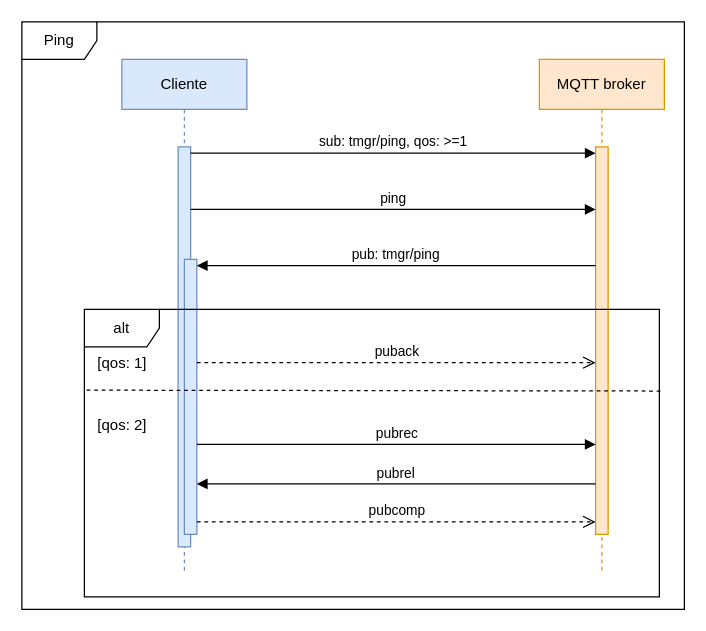
Above: docs/diagramas/secuencia/secuencia-ping.drawio in diegojrl/TFG (draw.io), before the change. Source tidied: cells renumbered, new cells numbered last; positions are measured from the earlier drawing's top-left corner, leaving out a move shared by most shapes. Both pictures are drawn from the tidied source at 125%, with x=0, y=0 at pixel (21, 21).
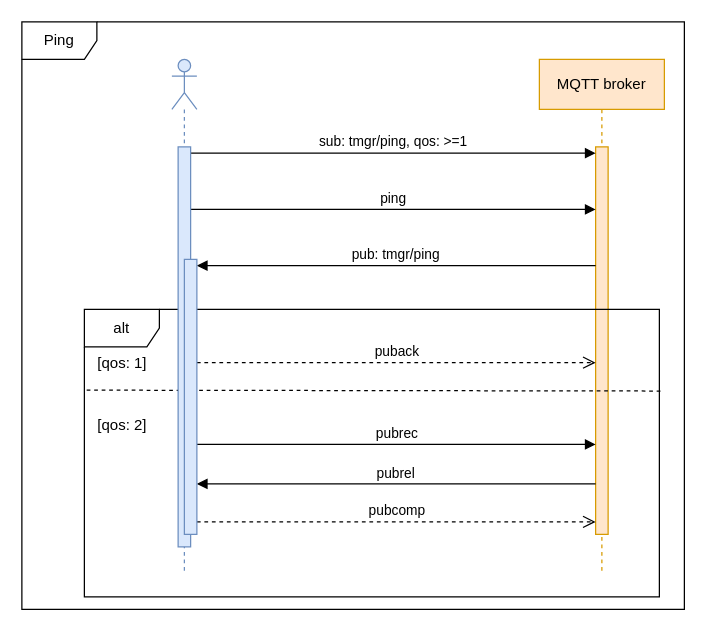
The same diagram, later.

The change refers to these unchanged cells:
```xml
<mxCell id="6" style="html=1;points=[[0,0,0,0,5],[0,1,0,0,-5],[1,0,0,0,5],[1,1,0,0,-5]];perimeter=orthogonalPerimeter;outlineConnect=0;targetShapes=umlLifeline;portConstraint=eastwest;newEdgeStyle={&quot;curved&quot;:0,&quot;rounded&quot;:0};fillColor=#ffe6cc;strokeColor=#d79b00;" parent="5" vertex="1">
  <mxGeometry x="45" y="70" width="10" height="310" as="geometry" />
</mxCell>
```

What changed in the source:
```diff
@@
-    <mxCell id="2" value="Cliente" style="shape=umlLifeline;perimeter=lifelinePerimeter;whiteSpace=wrap;html=1;newEdgeStyle={&quot;curved&quot;:0,&quot;rounded&quot;:0};fillColor=#dae8fc;strokeColor=#6c8ebf;" parent="1" vertex="1">
-      <mxGeometry x="80" y="30" width="100" height="410" as="geometry" />
-    </mxCell>
-    <mxCell id="3" style="html=1;points=[[0,0,0,0,5],[0,1,0,0,-5],[1,0,0,0,5],[1,1,0,0,-5]];perimeter=orthogonalPerimeter;outlineConnect=0;targetShapes=umlLifeline;portConstraint=eastwest;newEdgeStyle={&quot;curved&quot;:0,&quot;rounded&quot;:0};fillColor=#dae8fc;strokeColor=#6c8ebf;" parent="2" vertex="1">
-      <mxGeometry x="45" y="70" width="10" height="320" as="geometry" />
-    </mxCell>
-    <mxCell id="4" style="html=1;points=[[0,0,0,0,5],[0,1,0,0,-5],[1,0,0,0,5],[1,1,0,0,-5]];perimeter=orthogonalPerimeter;outlineConnect=0;targetShapes=umlLifeline;portConstraint=eastwest;newEdgeStyle={&quot;curved&quot;:0,&quot;rounded&quot;:0};fillColor=#dae8fc;strokeColor=#6c8ebf;" parent="2" vertex="1">
-      <mxGeometry x="50" y="160" width="10" height="220" as="geometry" />
-    </mxCell>
@@
-    <mxCell id="8" value="ping" style="html=1;verticalAlign=bottom;endArrow=block;curved=0;rounded=0;" parent="1" edge="1">
+    <mxCell id="8" value="ping" style="html=1;verticalAlign=bottom;endArrow=block;curved=0;rounded=0;" parent="1" edge="1" source="3">
       <mxGeometry relative="1" as="geometry">
-        <mxPoint x="135" y="150" as="sourcePoint" />
         <mxPoint x="459" y="150" as="targetPoint" />
       </mxGeometry>
     </mxCell>
@@
-    <mxCell id="10" value="puback" style="html=1;verticalAlign=bottom;endArrow=open;dashed=1;endSize=8;curved=0;rounded=0;exitX=1;exitY=1;exitDx=0;exitDy=-5;" parent="1" edge="1">
+    <mxCell id="10" value="puback" style="html=1;verticalAlign=bottom;endArrow=open;dashed=1;endSize=8;curved=0;rounded=0;exitX=1;exitY=1;exitDx=0;exitDy=-5;" parent="1" edge="1" target="6">
       <mxGeometry relative="1" as="geometry">
         <mxPoint x="140" y="272.6" as="sourcePoint" />
-        <mxPoint x="459" y="272.6" as="targetPoint" />
       </mxGeometry>
     </mxCell>
@@
-    <mxCell id="15" value="pubrec" style="html=1;verticalAlign=bottom;endArrow=block;curved=0;rounded=0;exitX=1;exitY=0.727;exitDx=0;exitDy=0;exitPerimeter=0;" parent="1" edge="1">
+    <mxCell id="15" value="pubrec" style="html=1;verticalAlign=bottom;endArrow=block;curved=0;rounded=0;exitX=1;exitY=0.727;exitDx=0;exitDy=0;exitPerimeter=0;" parent="1" edge="1" target="6">
       <mxGeometry relative="1" as="geometry">
         <mxPoint x="140" y="338" as="sourcePoint" />
-        <mxPoint x="459" y="338" as="targetPoint" />
       </mxGeometry>
     </mxCell>
-    <mxCell id="16" value="pubrel" style="html=1;verticalAlign=bottom;endArrow=block;curved=0;rounded=0;" parent="1" edge="1">
+    <mxCell id="16" value="pubrel" style="html=1;verticalAlign=bottom;endArrow=block;curved=0;rounded=0;" parent="1" edge="1" target="4">
       <mxGeometry relative="1" as="geometry">
         <mxPoint x="459" y="369.6" as="sourcePoint" />
-        <mxPoint x="140" y="369.6" as="targetPoint" />
       </mxGeometry>
     </mxCell>
-    <mxCell id="17" value="pubcomp" style="html=1;verticalAlign=bottom;endArrow=open;dashed=1;endSize=8;curved=0;rounded=0;exitX=1;exitY=1;exitDx=0;exitDy=-5;" parent="1" edge="1">
+    <mxCell id="17" value="pubcomp" style="html=1;verticalAlign=bottom;endArrow=open;dashed=1;endSize=8;curved=0;rounded=0;" parent="1" edge="1" source="4">
       <mxGeometry relative="1" as="geometry">
-        <mxPoint x="140" y="400" as="sourcePoint" />
         <mxPoint x="459" y="400" as="targetPoint" />
       </mxGeometry>
     </mxCell>
@@
+    <mxCell id="19" style="shape=umlLifeline;perimeter=lifelinePerimeter;whiteSpace=wrap;html=1;newEdgeStyle={&quot;curved&quot;:0,&quot;rounded&quot;:0};participant=umlActor;fillColor=#dae8fc;strokeColor=#6c8ebf;" parent="1" vertex="1">
+      <mxGeometry x="120" y="30" width="20" height="410" as="geometry" />
+    </mxCell>
+    <mxCell id="3" style="html=1;points=[[0,0,0,0,5],[0,1,0,0,-5],[1,0,0,0,5],[1,1,0,0,-5]];perimeter=orthogonalPerimeter;outlineConnect=0;targetShapes=umlLifeline;portConstraint=eastwest;newEdgeStyle={&quot;curved&quot;:0,&quot;rounded&quot;:0};fillColor=#dae8fc;strokeColor=#6c8ebf;" parent="19" vertex="1">
+      <mxGeometry x="5" y="70" width="10" height="320" as="geometry" />
+    </mxCell>
+    <mxCell id="4" style="html=1;points=[[0,0,0,0,5],[0,1,0,0,-5],[1,0,0,0,5],[1,1,0,0,-5]];perimeter=orthogonalPerimeter;outlineConnect=0;targetShapes=umlLifeline;portConstraint=eastwest;newEdgeStyle={&quot;curved&quot;:0,&quot;rounded&quot;:0};fillColor=#dae8fc;strokeColor=#6c8ebf;" parent="19" vertex="1">
+      <mxGeometry x="10" y="160" width="10" height="220" as="geometry" />
+    </mxCell>
```
